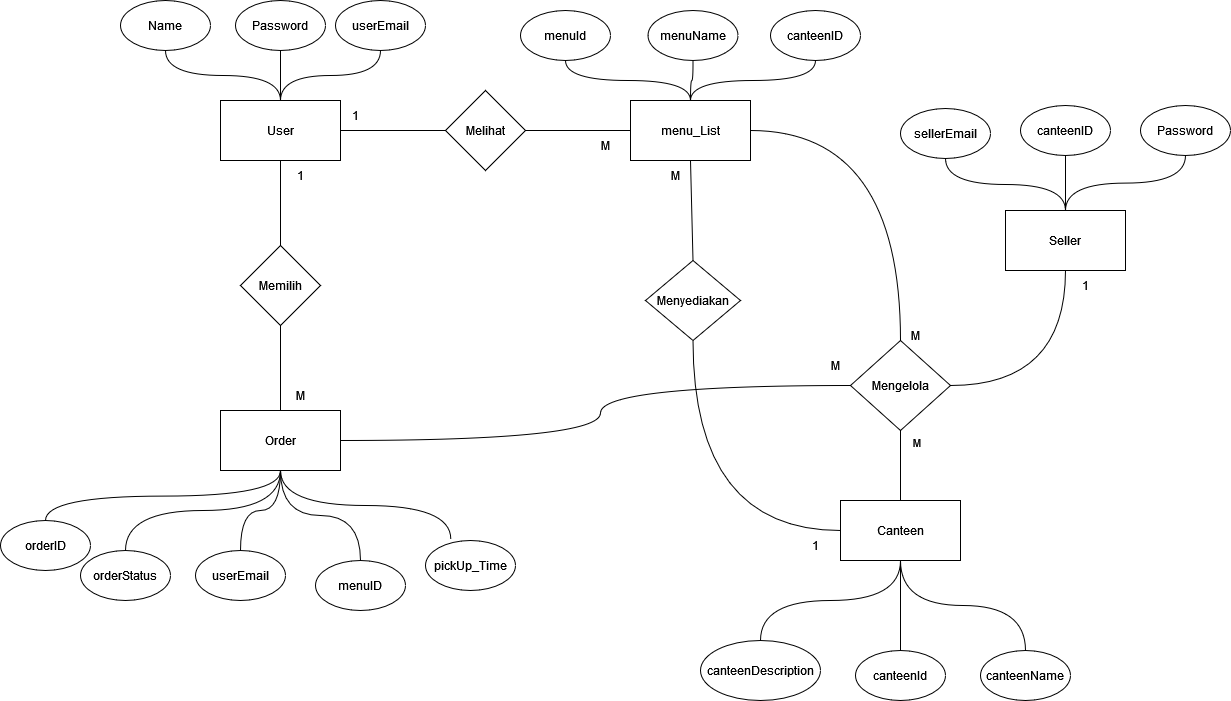
sharifmasyhur/DatabasePride. keeps this draw.io diagram as Laporan/ERD_QuickCanteen.png. Above is the earlier version. Source tidied: cells renumbered, new cells last; positions are measured from the earlier drawing's top-left corner, leaving out a move shared by most shapes. Source of this version:
```xml
<mxGraphModel>
  <root>
    <mxCell id="0" />
    <mxCell id="1" parent="0" />
    <mxCell id="2" value="User" style="rounded=0;whiteSpace=wrap;html=1;" parent="1" vertex="1">
      <mxGeometry x="220" y="100" width="120" height="60" as="geometry" />
    </mxCell>
    <mxCell id="3" value="Order" style="rounded=0;whiteSpace=wrap;html=1;" parent="1" vertex="1">
      <mxGeometry x="220" y="410" width="120" height="60" as="geometry" />
    </mxCell>
    <mxCell id="4" value="menu_List" style="rounded=0;whiteSpace=wrap;html=1;" parent="1" vertex="1">
      <mxGeometry x="630" y="100" width="120" height="60" as="geometry" />
    </mxCell>
    <mxCell id="5" value="Seller" style="rounded=0;whiteSpace=wrap;html=1;" parent="1" vertex="1">
      <mxGeometry x="1005" y="210" width="120" height="60" as="geometry" />
    </mxCell>
    <mxCell id="6" value="Canteen" style="rounded=0;whiteSpace=wrap;html=1;" parent="1" vertex="1">
      <mxGeometry x="840" y="500" width="120" height="60" as="geometry" />
    </mxCell>
    <mxCell id="7" value="Memilih" style="rhombus;whiteSpace=wrap;html=1;" parent="1" vertex="1">
      <mxGeometry x="240" y="245" width="80" height="80" as="geometry" />
    </mxCell>
    <mxCell id="8" value="Menyediakan" style="rhombus;whiteSpace=wrap;html=1;" parent="1" vertex="1">
      <mxGeometry x="645" y="260" width="95" height="80" as="geometry" />
    </mxCell>
    <mxCell id="9" value="Mengelola" style="rhombus;whiteSpace=wrap;html=1;" parent="1" vertex="1">
      <mxGeometry x="850" y="340" width="100" height="90" as="geometry" />
    </mxCell>
    <mxCell id="10" value="Melihat" style="rhombus;whiteSpace=wrap;html=1;" parent="1" vertex="1">
      <mxGeometry x="445" y="90" width="80" height="80" as="geometry" />
    </mxCell>
    <mxCell id="11" value="userEmail" style="ellipse;whiteSpace=wrap;html=1;" parent="1" vertex="1">
      <mxGeometry x="195" y="550" width="90" height="50" as="geometry" />
    </mxCell>
    <mxCell id="12" value="&lt;div&gt;menuID&lt;/div&gt;" style="ellipse;whiteSpace=wrap;html=1;" parent="1" vertex="1">
      <mxGeometry x="315" y="560" width="90" height="50" as="geometry" />
    </mxCell>
    <mxCell id="13" value="orderStatus" style="ellipse;whiteSpace=wrap;html=1;" parent="1" vertex="1">
      <mxGeometry x="80" y="550" width="90" height="50" as="geometry" />
    </mxCell>
    <mxCell id="14" value="pickUp_Time" style="ellipse;whiteSpace=wrap;html=1;" parent="1" vertex="1">
      <mxGeometry x="425" y="540" width="90" height="50" as="geometry" />
    </mxCell>
    <mxCell id="15" value="orderID" style="ellipse;whiteSpace=wrap;html=1;" parent="1" vertex="1">
      <mxGeometry y="520" width="90" height="50" as="geometry" />
    </mxCell>
    <mxCell id="16" style="endArrow=none;html=1;rounded=0;curved=1;entryX=0.5;entryY=1;entryDx=0;entryDy=0;exitX=0.5;exitY=0;exitDx=0;exitDy=0;edgeStyle=orthogonalEdgeStyle;" parent="1" edge="1" source="13" target="3">
      <mxGeometry relative="1" as="geometry" />
    </mxCell>
    <mxCell id="17" style="endArrow=none;html=1;rounded=0;curved=1;exitX=0.5;exitY=1;exitDx=0;exitDy=0;entryX=0.5;entryY=0;entryDx=0;entryDy=0;edgeStyle=orthogonalEdgeStyle;" parent="1" edge="1" source="3" target="11">
      <mxGeometry relative="1" as="geometry" />
    </mxCell>
    <mxCell id="18" style="endArrow=none;html=1;rounded=0;curved=1;exitX=0.5;exitY=1;exitDx=0;exitDy=0;entryX=0.5;entryY=0;entryDx=0;entryDy=0;edgeStyle=orthogonalEdgeStyle;" parent="1" edge="1" source="3" target="12">
      <mxGeometry relative="1" as="geometry" />
    </mxCell>
    <mxCell id="19" style="endArrow=none;html=1;rounded=0;curved=1;exitX=0.5;exitY=1;exitDx=0;exitDy=0;entryX=0.281;entryY=-0.027;entryDx=0;entryDy=0;entryPerimeter=0;edgeStyle=orthogonalEdgeStyle;" parent="1" edge="1" source="3" target="14">
      <mxGeometry relative="1" as="geometry" />
    </mxCell>
    <mxCell id="20" style="endArrow=none;html=1;rounded=0;curved=1;exitX=0.5;exitY=0;exitDx=0;exitDy=0;edgeStyle=orthogonalEdgeStyle;" parent="1" edge="1" source="15">
      <mxGeometry relative="1" as="geometry">
        <mxPoint x="280" y="470" as="targetPoint" />
      </mxGeometry>
    </mxCell>
    <mxCell id="21" value="Name" style="ellipse;whiteSpace=wrap;html=1;" parent="1" vertex="1">
      <mxGeometry x="120" width="90" height="50" as="geometry" />
    </mxCell>
    <mxCell id="22" style="endArrow=none;html=1;rounded=0;curved=1;entryX=0.5;entryY=0;entryDx=0;entryDy=0;exitX=0.5;exitY=1;exitDx=0;exitDy=0;edgeStyle=orthogonalEdgeStyle;" parent="1" edge="1" source="21" target="2">
      <mxGeometry relative="1" as="geometry" />
    </mxCell>
    <mxCell id="23" value="Password" style="ellipse;whiteSpace=wrap;html=1;" parent="1" vertex="1">
      <mxGeometry x="235" width="90" height="50" as="geometry" />
    </mxCell>
    <mxCell id="24" value="userEmail" style="ellipse;whiteSpace=wrap;html=1;" parent="1" vertex="1">
      <mxGeometry x="335" width="90" height="50" as="geometry" />
    </mxCell>
    <mxCell id="25" style="endArrow=none;html=1;rounded=0;curved=1;exitX=0.5;exitY=1;exitDx=0;exitDy=0;entryX=0.5;entryY=0;entryDx=0;entryDy=0;edgeStyle=orthogonalEdgeStyle;" parent="1" edge="1" source="23" target="2">
      <mxGeometry relative="1" as="geometry" />
    </mxCell>
    <mxCell id="26" style="endArrow=none;html=1;rounded=0;curved=1;entryX=0.5;entryY=1;entryDx=0;entryDy=0;exitX=0.5;exitY=0;exitDx=0;exitDy=0;edgeStyle=orthogonalEdgeStyle;" parent="1" edge="1" source="2" target="24">
      <mxGeometry relative="1" as="geometry" />
    </mxCell>
    <mxCell id="27" value="canteenID" style="ellipse;whiteSpace=wrap;html=1;" parent="1" vertex="1">
      <mxGeometry x="770" y="10" width="90" height="50" as="geometry" />
    </mxCell>
    <mxCell id="28" value="menuName" style="ellipse;whiteSpace=wrap;html=1;" parent="1" vertex="1">
      <mxGeometry x="647.5" y="10" width="90" height="50" as="geometry" />
    </mxCell>
    <mxCell id="29" value="menuId" style="ellipse;whiteSpace=wrap;html=1;" parent="1" vertex="1">
      <mxGeometry x="520" y="10" width="90" height="50" as="geometry" />
    </mxCell>
    <mxCell id="30" value="Password" style="ellipse;whiteSpace=wrap;html=1;" parent="1" vertex="1">
      <mxGeometry x="1140" y="105" width="90" height="50" as="geometry" />
    </mxCell>
    <mxCell id="31" value="canteenID" style="ellipse;whiteSpace=wrap;html=1;" parent="1" vertex="1">
      <mxGeometry x="1020" y="105" width="90" height="50" as="geometry" />
    </mxCell>
    <mxCell id="32" value="sellerEmail" style="ellipse;whiteSpace=wrap;html=1;" parent="1" vertex="1">
      <mxGeometry x="900" y="108" width="90" height="50" as="geometry" />
    </mxCell>
    <mxCell id="33" value="canteenName" style="ellipse;whiteSpace=wrap;html=1;" parent="1" vertex="1">
      <mxGeometry x="980" y="650" width="90" height="50" as="geometry" />
    </mxCell>
    <mxCell id="34" value="canteenId" style="ellipse;whiteSpace=wrap;html=1;" parent="1" vertex="1">
      <mxGeometry x="855" y="650" width="90" height="50" as="geometry" />
    </mxCell>
    <mxCell id="35" value="canteenDescription" style="ellipse;whiteSpace=wrap;html=1;" parent="1" vertex="1">
      <mxGeometry x="700" y="640" width="120" height="60" as="geometry" />
    </mxCell>
    <mxCell id="36" style="endArrow=none;html=1;rounded=0;curved=1;entryX=0.5;entryY=1;entryDx=0;entryDy=0;exitX=0.5;exitY=0;exitDx=0;exitDy=0;edgeStyle=orthogonalEdgeStyle;" parent="1" edge="1" source="4" target="28">
      <mxGeometry relative="1" as="geometry" />
    </mxCell>
    <mxCell id="37" style="endArrow=none;html=1;rounded=0;curved=1;entryX=0.5;entryY=1;entryDx=0;entryDy=0;exitX=0.5;exitY=0;exitDx=0;exitDy=0;edgeStyle=orthogonalEdgeStyle;" parent="1" edge="1" source="4" target="27">
      <mxGeometry relative="1" as="geometry" />
    </mxCell>
    <mxCell id="38" style="endArrow=none;html=1;rounded=0;curved=1;exitX=0.5;exitY=1;exitDx=0;exitDy=0;entryX=0.5;entryY=0;entryDx=0;entryDy=0;edgeStyle=orthogonalEdgeStyle;" parent="1" edge="1" source="29" target="4">
      <mxGeometry relative="1" as="geometry" />
    </mxCell>
    <mxCell id="39" style="endArrow=none;html=1;rounded=0;curved=1;exitX=0.5;exitY=1;exitDx=0;exitDy=0;entryX=0.5;entryY=0;entryDx=0;entryDy=0;edgeStyle=orthogonalEdgeStyle;" parent="1" edge="1" source="32" target="5">
      <mxGeometry relative="1" as="geometry" />
    </mxCell>
    <mxCell id="40" style="endArrow=none;html=1;rounded=0;curved=1;entryX=0.5;entryY=1;entryDx=0;entryDy=0;exitX=0.5;exitY=0;exitDx=0;exitDy=0;edgeStyle=orthogonalEdgeStyle;" parent="1" edge="1" source="5" target="30">
      <mxGeometry relative="1" as="geometry" />
    </mxCell>
    <mxCell id="41" style="endArrow=none;html=1;rounded=0;curved=1;entryX=0.5;entryY=1;entryDx=0;entryDy=0;exitX=0.5;exitY=0;exitDx=0;exitDy=0;edgeStyle=orthogonalEdgeStyle;" parent="1" edge="1" source="35" target="6">
      <mxGeometry relative="1" as="geometry" />
    </mxCell>
    <mxCell id="42" style="endArrow=none;html=1;rounded=0;curved=1;exitX=0.5;exitY=1;exitDx=0;exitDy=0;entryX=0.5;entryY=0;entryDx=0;entryDy=0;edgeStyle=orthogonalEdgeStyle;" parent="1" edge="1" source="6" target="34">
      <mxGeometry relative="1" as="geometry" />
    </mxCell>
    <mxCell id="43" style="endArrow=none;html=1;rounded=0;curved=1;exitX=0.5;exitY=1;exitDx=0;exitDy=0;entryX=0.5;entryY=0;entryDx=0;entryDy=0;edgeStyle=orthogonalEdgeStyle;" parent="1" edge="1" source="6" target="33">
      <mxGeometry relative="1" as="geometry" />
    </mxCell>
    <mxCell id="44" style="endArrow=none;html=1;rounded=0;exitX=0.5;exitY=1;exitDx=0;exitDy=0;entryX=0.5;entryY=0;entryDx=0;entryDy=0;" parent="1" edge="1" source="2" target="7">
      <mxGeometry relative="1" as="geometry" />
    </mxCell>
    <mxCell id="45" style="endArrow=none;html=1;rounded=0;curved=1;exitX=0.5;exitY=1;exitDx=0;exitDy=0;entryX=0.5;entryY=0;entryDx=0;entryDy=0;edgeStyle=orthogonalEdgeStyle;" parent="1" edge="1" source="7" target="3">
      <mxGeometry relative="1" as="geometry" />
    </mxCell>
    <mxCell id="46" style="endArrow=none;html=1;rounded=0;curved=1;exitX=1;exitY=0.5;exitDx=0;exitDy=0;entryX=0;entryY=0.5;entryDx=0;entryDy=0;edgeStyle=orthogonalEdgeStyle;" parent="1" edge="1" source="2" target="10">
      <mxGeometry relative="1" as="geometry" />
    </mxCell>
    <mxCell id="47" style="endArrow=none;html=1;rounded=0;curved=1;exitX=1;exitY=0.5;exitDx=0;exitDy=0;entryX=0;entryY=0.5;entryDx=0;entryDy=0;edgeStyle=orthogonalEdgeStyle;" parent="1" edge="1" source="10" target="4">
      <mxGeometry relative="1" as="geometry" />
    </mxCell>
    <mxCell id="48" style="endArrow=none;html=1;rounded=0;curved=1;entryX=0.5;entryY=1;entryDx=0;entryDy=0;exitX=1;exitY=0.5;exitDx=0;exitDy=0;edgeStyle=orthogonalEdgeStyle;" parent="1" edge="1" source="9" target="5">
      <mxGeometry relative="1" as="geometry" />
    </mxCell>
    <mxCell id="49" style="endArrow=none;html=1;rounded=0;curved=1;entryX=0.5;entryY=0;entryDx=0;entryDy=0;exitX=1;exitY=0.5;exitDx=0;exitDy=0;edgeStyle=orthogonalEdgeStyle;" parent="1" edge="1" source="4" target="9">
      <mxGeometry relative="1" as="geometry">
        <Array as="points">
          <mxPoint x="900" y="130" />
        </Array>
      </mxGeometry>
    </mxCell>
    <mxCell id="50" style="endArrow=none;html=1;rounded=0;curved=1;entryX=0;entryY=0.5;entryDx=0;entryDy=0;exitX=1;exitY=0.5;exitDx=0;exitDy=0;edgeStyle=orthogonalEdgeStyle;" parent="1" edge="1" source="3" target="9">
      <mxGeometry relative="1" as="geometry">
        <Array as="points">
          <mxPoint x="600" y="440" />
          <mxPoint x="600" y="385" />
        </Array>
      </mxGeometry>
    </mxCell>
    <mxCell id="51" style="endArrow=none;html=1;rounded=0;curved=1;exitX=0.5;exitY=1;exitDx=0;exitDy=0;entryX=0.5;entryY=0;entryDx=0;entryDy=0;edgeStyle=orthogonalEdgeStyle;" parent="1" edge="1" source="9" target="6">
      <mxGeometry relative="1" as="geometry" />
    </mxCell>
    <mxCell id="52" value="M" style="edgeLabel;html=1;align=center;verticalAlign=middle;" parent="51" vertex="1">
      <mxGeometry x="0.23" y="13" relative="1" as="geometry">
        <mxPoint x="2" y="-33" as="offset" />
      </mxGeometry>
    </mxCell>
    <mxCell id="53" style="endArrow=none;html=1;rounded=0;curved=1;exitX=0.5;exitY=1;exitDx=0;exitDy=0;entryX=0.5;entryY=0;entryDx=0;entryDy=0;edgeStyle=orthogonalEdgeStyle;" parent="1" edge="1" source="31" target="5">
      <mxGeometry relative="1" as="geometry" />
    </mxCell>
    <mxCell id="54" value="M" style="text;html=1;align=center;verticalAlign=middle;strokeColor=none;fillColor=none;" parent="1" vertex="1">
      <mxGeometry x="900" y="320" width="30" height="30" as="geometry" />
    </mxCell>
    <mxCell id="55" value="M" style="text;html=1;align=center;verticalAlign=middle;strokeColor=none;fillColor=none;" parent="1" vertex="1">
      <mxGeometry x="660" y="160" width="30" height="30" as="geometry" />
    </mxCell>
    <mxCell id="56" value="M" style="text;html=1;align=center;verticalAlign=middle;strokeColor=none;fillColor=none;" parent="1" vertex="1">
      <mxGeometry x="590" y="130" width="30" height="30" as="geometry" />
    </mxCell>
    <mxCell id="57" value="1" style="text;html=1;align=center;verticalAlign=middle;strokeColor=none;fillColor=none;" parent="1" vertex="1">
      <mxGeometry x="340" y="100" width="30" height="30" as="geometry" />
    </mxCell>
    <mxCell id="58" value="1" style="text;html=1;align=center;verticalAlign=middle;strokeColor=none;fillColor=none;" parent="1" vertex="1">
      <mxGeometry x="285" y="160" width="30" height="30" as="geometry" />
    </mxCell>
    <mxCell id="59" value="M" style="text;html=1;align=center;verticalAlign=middle;strokeColor=none;fillColor=none;" parent="1" vertex="1">
      <mxGeometry x="285" y="380" width="30" height="30" as="geometry" />
    </mxCell>
    <mxCell id="60" value="M" style="text;html=1;align=center;verticalAlign=middle;strokeColor=none;fillColor=none;" parent="1" vertex="1">
      <mxGeometry x="820" y="350" width="30" height="30" as="geometry" />
    </mxCell>
    <mxCell id="61" value="1" style="text;html=1;align=center;verticalAlign=middle;strokeColor=none;fillColor=none;" parent="1" vertex="1">
      <mxGeometry x="1070" y="270" width="30" height="30" as="geometry" />
    </mxCell>
    <mxCell id="62" style="endArrow=none;html=1;rounded=0;curved=1;entryX=0;entryY=0.5;entryDx=0;entryDy=0;exitX=0.5;exitY=1;exitDx=0;exitDy=0;edgeStyle=orthogonalEdgeStyle;" parent="1" edge="1" source="8" target="6">
      <mxGeometry relative="1" as="geometry" />
    </mxCell>
    <mxCell id="63" style="endArrow=none;html=1;rounded=0;curved=1;entryX=0.5;entryY=1;entryDx=0;entryDy=0;exitX=0.5;exitY=0;exitDx=0;exitDy=0;" parent="1" edge="1" source="8" target="4">
      <mxGeometry relative="1" as="geometry" />
    </mxCell>
    <mxCell id="64" value="1" style="text;html=1;align=center;verticalAlign=middle;strokeColor=none;fillColor=none;" parent="1" vertex="1">
      <mxGeometry x="800" y="530" width="30" height="30" as="geometry" />
    </mxCell>
  </root>
</mxGraphModel>
```
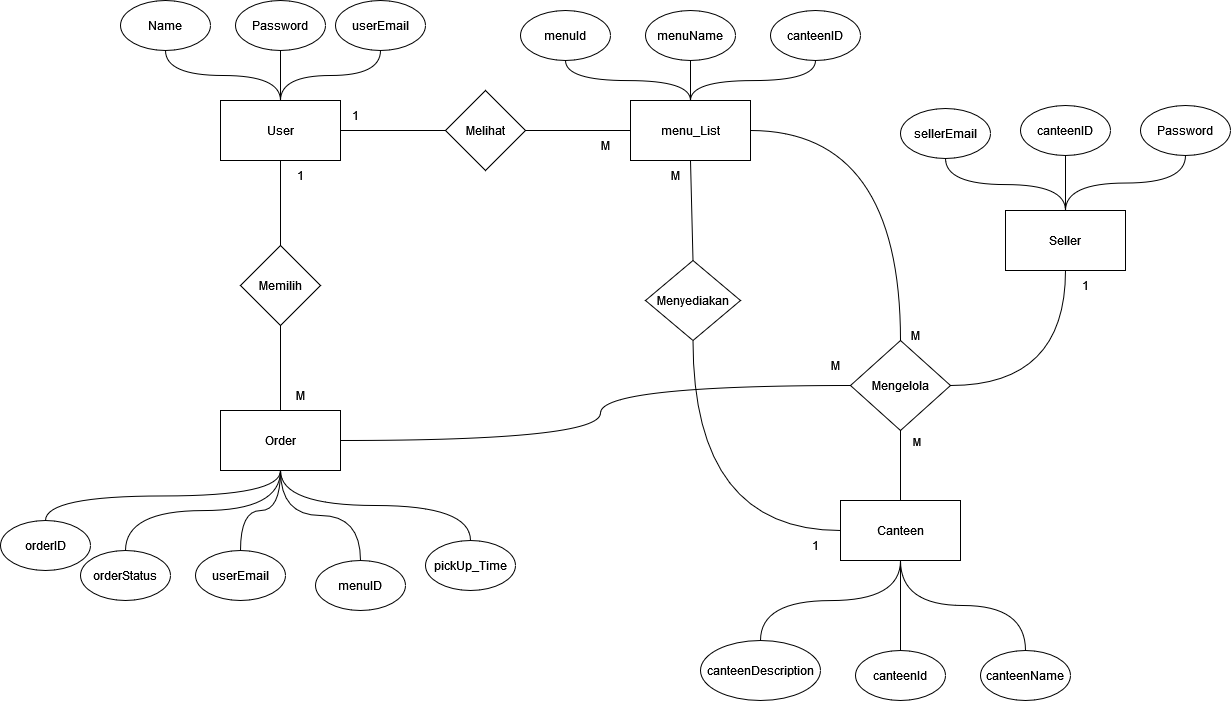
Later version of the same file.

Commit message:
Modify project structures and updated ERD

The edit, as a diff of the source:
```diff
@@ -53,7 +53,7 @@
     <mxCell id="18" style="endArrow=none;html=1;rounded=0;curved=1;exitX=0.5;exitY=1;exitDx=0;exitDy=0;entryX=0.5;entryY=0;entryDx=0;entryDy=0;edgeStyle=orthogonalEdgeStyle;" parent="1" edge="1" source="3" target="12">
       <mxGeometry relative="1" as="geometry" />
     </mxCell>
-    <mxCell id="19" style="endArrow=none;html=1;rounded=0;curved=1;exitX=0.5;exitY=1;exitDx=0;exitDy=0;entryX=0.281;entryY=-0.027;entryDx=0;entryDy=0;entryPerimeter=0;edgeStyle=orthogonalEdgeStyle;" parent="1" edge="1" source="3" target="14">
+    <mxCell id="19" style="endArrow=none;html=1;rounded=0;curved=1;exitX=0.5;exitY=1;exitDx=0;exitDy=0;entryX=0.5;entryY=0;entryDx=0;entryDy=0;edgeStyle=orthogonalEdgeStyle;" parent="1" edge="1" source="3" target="14">
       <mxGeometry relative="1" as="geometry" />
     </mxCell>
     <mxCell id="20" style="endArrow=none;html=1;rounded=0;curved=1;exitX=0.5;exitY=0;exitDx=0;exitDy=0;edgeStyle=orthogonalEdgeStyle;" parent="1" edge="1" source="15">
@@ -83,7 +83,7 @@
       <mxGeometry x="770" y="10" width="90" height="50" as="geometry" />
     </mxCell>
     <mxCell id="28" value="menuName" style="ellipse;whiteSpace=wrap;html=1;" parent="1" vertex="1">
-      <mxGeometry x="647.5" y="10" width="90" height="50" as="geometry" />
+      <mxGeometry x="645" y="10" width="90" height="50" as="geometry" />
     </mxCell>
     <mxCell id="29" value="menuId" style="ellipse;whiteSpace=wrap;html=1;" parent="1" vertex="1">
       <mxGeometry x="520" y="10" width="90" height="50" as="geometry" />
```
